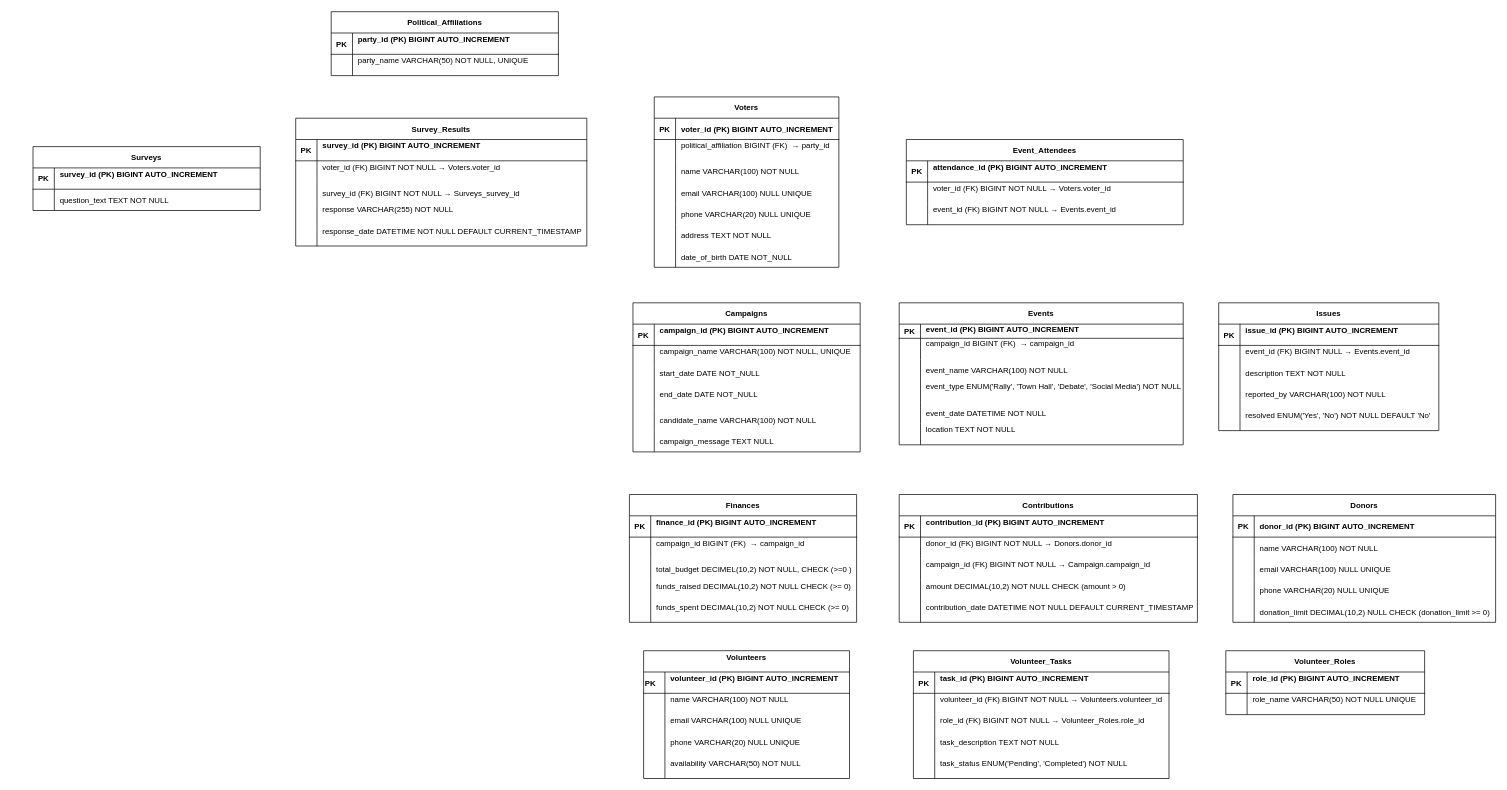
SergejusSG/git-demo1 keeps this draw.io diagram as Untitled Diagram.drawio. Above is the earlier version. Source tidied: cells renumbered, new cells numbered last; positions are measured from the earlier drawing's top-left corner, leaving out a move shared by most shapes. Both pictures are drawn from the tidied source at 71%, with x=0, y=0 at pixel (33, 11).
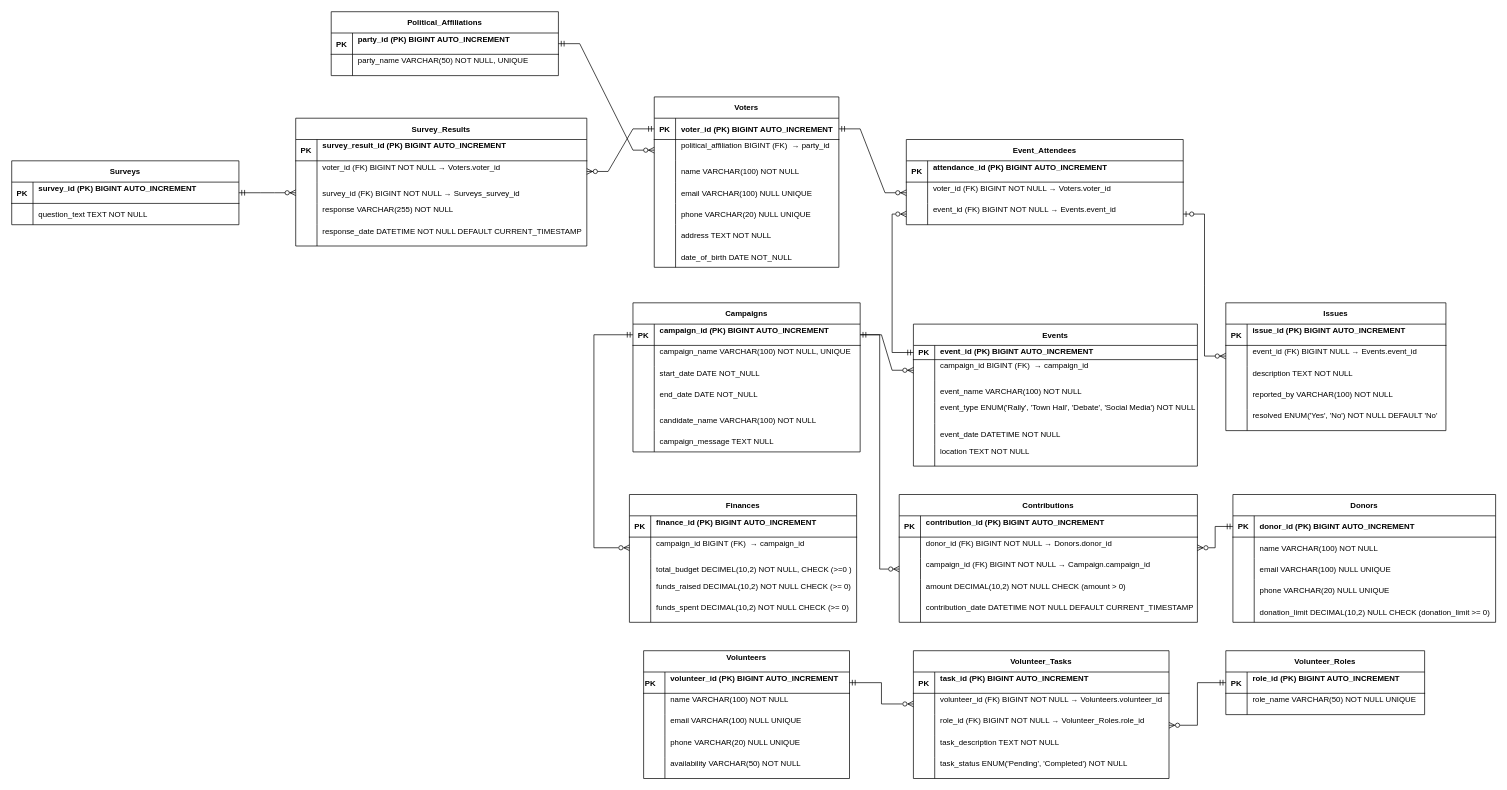
The same page after the edit.

The change refers to these unchanged cells:
```xml
<mxCell id="3" style="shape=partialRectangle;fillColor=none;points=[[0,0.5],[1,0.5]];portConstraint=eastwest;top=0;left=0;right=0;bottom=1;fontSize=11;" parent="2" vertex="1">
  <mxGeometry y="30" width="260" height="30" as="geometry" />
</mxCell>
<mxCell id="6" style="shape=partialRectangle;fillColor=none;points=[[0,0.5],[1,0.5]];portConstraint=eastwest;top=0;left=0;right=0;bottom=0;fontSize=11;" parent="2" vertex="1">
  <mxGeometry y="60" width="260" height="30" as="geometry" />
</mxCell>
<mxCell id="25" style="shape=partialRectangle;fillColor=none;points=[[0,0.5],[1,0.5]];portConstraint=eastwest;top=0;left=0;right=0;bottom=1;fontSize=11;" parent="24" vertex="1">
  <mxGeometry y="30" width="370" height="30" as="geometry" />
</mxCell>
<mxCell id="44" style="shape=partialRectangle;fillColor=none;points=[[0,0.5],[1,0.5]];portConstraint=eastwest;top=0;left=0;right=0;bottom=0;fontSize=11;" parent="40" vertex="1">
  <mxGeometry y="60" width="420" height="30" as="geometry" />
</mxCell>
<mxCell id="47" style="shape=partialRectangle;fillColor=none;points=[[0,0.5],[1,0.5]];portConstraint=eastwest;top=0;left=0;right=0;bottom=0;fontSize=11;" parent="40" vertex="1">
  <mxGeometry y="90" width="420" height="30" as="geometry" />
</mxCell>
<mxCell id="57" style="shape=partialRectangle;fillColor=none;points=[[0,0.5],[1,0.5]];portConstraint=eastwest;top=0;left=0;right=0;bottom=1;fontSize=11;align=left;" parent="56" vertex="1">
  <mxGeometry y="30" width="290" height="30" as="geometry" />
</mxCell>
<mxCell id="73" style="shape=partialRectangle;fillColor=none;points=[[0,0.5],[1,0.5]];portConstraint=eastwest;top=0;left=0;right=0;bottom=1;fontSize=11;" parent="72" vertex="1">
  <mxGeometry y="30" width="280" height="30" as="geometry" />
</mxCell>
<mxCell id="83" style="shape=partialRectangle;fillColor=none;points=[[0,0.5],[1,0.5]];portConstraint=eastwest;top=0;left=0;right=0;bottom=0;fontSize=11;" parent="79" vertex="1">
  <mxGeometry y="60" width="320" height="30" as="geometry" />
</mxCell>
<mxCell id="99" style="shape=partialRectangle;fillColor=none;points=[[0,0.5],[1,0.5]];portConstraint=eastwest;top=0;left=0;right=0;bottom=0;fontSize=11;" parent="95" vertex="1">
  <mxGeometry y="60" width="310" height="30" as="geometry" />
</mxCell>
<mxCell id="112" style="shape=partialRectangle;fillColor=none;top=0;left=0;right=0;bottom=1;fontSize=11;" parent="111" vertex="1">
  <mxGeometry y="30" width="410" height="30" as="geometry" />
</mxCell>
<mxCell id="115" style="shape=partialRectangle;fillColor=none;points=[[0,0.5],[1,0.5]];portConstraint=eastwest;top=0;left=0;right=0;bottom=0;fontSize=11;" parent="111" vertex="1">
  <mxGeometry y="60" width="410" height="30" as="geometry" />
</mxCell>
<mxCell id="118" style="shape=partialRectangle;fillColor=none;points=[[0,0.5],[1,0.5]];portConstraint=eastwest;top=0;left=0;right=0;bottom=0;fontSize=11;" parent="111" vertex="1">
  <mxGeometry y="90" width="410" height="30" as="geometry" />
</mxCell>
<mxCell id="128" style="shape=partialRectangle;fillColor=none;points=[[0,0.5],[1,0.5]];portConstraint=eastwest;top=0;left=0;right=0;bottom=1;fontSize=11;" parent="127" vertex="1">
  <mxGeometry y="30" width="400" height="20" as="geometry" />
</mxCell>
<mxCell id="131" style="shape=partialRectangle;fillColor=none;points=[[0,0.5],[1,0.5]];portConstraint=eastwest;top=0;left=0;right=0;bottom=0;fontSize=11;" parent="127" vertex="1">
  <mxGeometry y="50" width="400" height="30" as="geometry" />
</mxCell>
<mxCell id="150" style="shape=partialRectangle;fillColor=none;points=[[0,0.5],[1,0.5]];portConstraint=eastwest;top=0;left=0;right=0;bottom=0;fontSize=11;" parent="146" vertex="1">
  <mxGeometry y="60" width="390" height="30" as="geometry" />
</mxCell>
<mxCell id="153" style="shape=partialRectangle;fillColor=none;points=[[0,0.5],[1,0.5]];portConstraint=eastwest;top=0;left=0;right=0;bottom=0;fontSize=11;" parent="146" vertex="1">
  <mxGeometry y="90" width="390" height="30" as="geometry" />
</mxCell>
<mxCell id="160" style="shape=partialRectangle;fillColor=none;points=[[0,0.5],[1,0.5]];portConstraint=eastwest;top=0;left=0;right=0;bottom=0;fontSize=11;" parent="156" vertex="1">
  <mxGeometry y="60" width="360" height="30" as="geometry" />
</mxCell>
<mxCell id="163" style="shape=partialRectangle;fillColor=none;points=[[0,0.5],[1,0.5]];portConstraint=eastwest;top=0;left=0;right=0;bottom=0;fontSize=11;" parent="156" vertex="1">
  <mxGeometry y="90" width="360" height="30" as="geometry" />
</mxCell>
<mxCell id="173" style="shape=partialRectangle;fillColor=none;points=[[0,0.5],[1,0.5]];portConstraint=eastwest;top=0;left=0;right=0;bottom=1;fontSize=11;" parent="172" vertex="1">
  <mxGeometry y="30" width="320" height="30" as="geometry" />
</mxCell>
<mxCell id="192" style="shape=partialRectangle;fillColor=none;points=[[0,0.5],[1,0.5]];portConstraint=eastwest;top=0;left=0;right=0;bottom=1;fontSize=11;" parent="191" vertex="1">
  <mxGeometry y="30" width="320" height="30" as="geometry" />
</mxCell>
<mxCell id="199" style="shape=partialRectangle;fillColor=none;points=[[0,0.5],[1,0.5]];portConstraint=eastwest;top=0;left=0;right=0;bottom=1;fontSize=11;" parent="198" vertex="1">
  <mxGeometry y="30" width="320" height="30" as="geometry" />
</mxCell>
```

Change to the diagram source:
```diff
@@
     <mxCell id="95" value="Issues" style="shape=table;startSize=30;childLayout=tableLayout;rowLines=0;fontStyle=1;align=center;fontSize=11;" parent="1" vertex="1">
-      <mxGeometry x="1670" y="410" width="310" height="180" as="geometry" />
+      <mxGeometry x="1680" y="410" width="310" height="180" as="geometry" />
     </mxCell>
@@
-    <mxCell id="114" value="survey_id (PK) BIGINT AUTO_INCREMENT&#10;" style="shape=partialRectangle;overflow=hidden;fillColor=none;top=0;left=0;bottom=0;right=0;align=left;spacingLeft=6;fontStyle=1;fontSize=11;" parent="112" vertex="1">
+    <mxCell id="114" value="survey_result_id (PK) BIGINT AUTO_INCREMENT&#10;" style="shape=partialRectangle;overflow=hidden;fillColor=none;top=0;left=0;bottom=0;right=0;align=left;spacingLeft=6;fontStyle=1;fontSize=11;" parent="112" vertex="1">
       <mxGeometry x="30" width="380" height="30" as="geometry" />
     </mxCell>
@@
     <mxCell id="127" value="Events" style="shape=table;startSize=30;childLayout=tableLayout;rowLines=0;fontStyle=1;align=center;fontSize=11;" parent="1" vertex="1">
-      <mxGeometry x="1220" y="410" width="400" height="200" as="geometry" />
+      <mxGeometry x="1240" y="440" width="400" height="200" as="geometry" />
     </mxCell>
@@
     <mxCell id="198" value="Surveys" style="shape=table;startSize=30;childLayout=tableLayout;rowLines=0;fontStyle=1;align=center;fontSize=11;" parent="1" vertex="1">
-      <mxGeometry y="190" width="320" height="90" as="geometry" />
+      <mxGeometry x="-30" y="210" width="320" height="90" as="geometry" />
     </mxCell>
@@
+    <mxCell id="205" style="edgeStyle=entityRelationEdgeStyle;fontSize=12;html=1;endArrow=ERzeroToMany;startArrow=ERmandOne;rounded=0;exitX=1;exitY=0.5;exitDx=0;exitDy=0;entryX=0;entryY=0.5;entryDx=0;entryDy=0;" parent="1" edge="1" source="192" target="6">
+      <mxGeometry relative="1" as="geometry" />
+    </mxCell>
+    <mxCell id="206" style="edgeStyle=entityRelationEdgeStyle;fontSize=12;html=1;endArrow=ERzeroToMany;startArrow=ERmandOne;rounded=0;exitX=1;exitY=0.5;exitDx=0;exitDy=0;entryX=0;entryY=0.5;entryDx=0;entryDy=0;" parent="1" edge="1" source="199" target="118">
+      <mxGeometry relative="1" as="geometry">
+        <Array as="points">
+          <mxPoint x="340" y="240" />
+          <mxPoint x="340" y="240" />
+          <mxPoint x="330" y="250" />
+        </Array>
+      </mxGeometry>
+    </mxCell>
+    <mxCell id="207" style="edgeStyle=entityRelationEdgeStyle;fontSize=12;html=1;endArrow=ERzeroToMany;startArrow=ERmandOne;rounded=0;exitX=0;exitY=0.5;exitDx=0;exitDy=0;entryX=1;entryY=0.5;entryDx=0;entryDy=0;" parent="1" edge="1" source="3" target="115">
+      <mxGeometry relative="1" as="geometry">
+        <Array as="points">
+          <mxPoint x="830" y="200" />
+        </Array>
+      </mxGeometry>
+    </mxCell>
+    <mxCell id="208" style="edgeStyle=entityRelationEdgeStyle;fontSize=12;html=1;endArrow=ERzeroToMany;startArrow=ERmandOne;rounded=0;exitX=1;exitY=0.5;exitDx=0;exitDy=0;entryX=0;entryY=0.5;entryDx=0;entryDy=0;" parent="1" edge="1" source="3" target="150">
+      <mxGeometry relative="1" as="geometry" />
+    </mxCell>
+    <mxCell id="209" style="edgeStyle=entityRelationEdgeStyle;fontSize=12;html=1;endArrow=ERzeroToMany;startArrow=ERzeroToOne;rounded=0;exitX=1;exitY=0.5;exitDx=0;exitDy=0;entryX=0;entryY=0.5;entryDx=0;entryDy=0;" parent="1" edge="1" source="153" target="99">
+      <mxGeometry relative="1" as="geometry" />
+    </mxCell>
+    <mxCell id="210" style="edgeStyle=orthogonalEdgeStyle;rounded=0;jettySize=auto;html=1;exitX=0;exitY=0.5;exitDx=0;exitDy=0;entryX=0;entryY=0.5;entryDx=0;entryDy=0;endArrow=ERzeroToMany;endFill=0;startArrow=ERmandOne;startFill=0;" parent="1" edge="1" source="128" target="153">
+      <mxGeometry relative="1" as="geometry" />
+    </mxCell>
+    <mxCell id="211" style="edgeStyle=entityRelationEdgeStyle;fontSize=12;html=1;endArrow=ERzeroToMany;startArrow=ERmandOne;rounded=0;exitX=1;exitY=0.5;exitDx=0;exitDy=0;entryX=0;entryY=0.5;entryDx=0;entryDy=0;" parent="1" edge="1" source="173" target="131">
+      <mxGeometry relative="1" as="geometry" />
+    </mxCell>
+    <mxCell id="212" style="edgeStyle=orthogonalEdgeStyle;rounded=0;jettySize=auto;html=1;entryX=0;entryY=0.5;entryDx=0;entryDy=0;endArrow=ERmandOne;endFill=0;startArrow=ERzeroToMany;startFill=0;" parent="1" edge="1" source="83" target="173">
+      <mxGeometry relative="1" as="geometry">
+        <Array as="points">
+          <mxPoint x="790" y="755" />
+          <mxPoint x="790" y="455" />
+        </Array>
+      </mxGeometry>
+    </mxCell>
+    <mxCell id="213" style="edgeStyle=orthogonalEdgeStyle;rounded=0;jettySize=auto;html=1;exitX=1;exitY=0.5;exitDx=0;exitDy=0;entryX=0;entryY=0.5;entryDx=0;entryDy=0;endArrow=ERzeroToMany;endFill=0;" parent="1" edge="1" source="173" target="47">
+      <mxGeometry relative="1" as="geometry" />
+    </mxCell>
+    <mxCell id="214" style="edgeStyle=orthogonalEdgeStyle;rounded=0;jettySize=auto;html=1;exitX=0;exitY=0.5;exitDx=0;exitDy=0;entryX=1;entryY=0.5;entryDx=0;entryDy=0;endArrow=ERzeroToMany;endFill=0;startArrow=ERmandOne;startFill=0;" parent="1" edge="1" source="25" target="44">
+      <mxGeometry relative="1" as="geometry" />
+    </mxCell>
+    <mxCell id="215" style="edgeStyle=orthogonalEdgeStyle;rounded=0;jettySize=auto;html=1;exitX=1;exitY=0.5;exitDx=0;exitDy=0;entryX=0;entryY=0.5;entryDx=0;entryDy=0;endArrow=ERzeroToMany;endFill=0;startArrow=ERmandOne;startFill=0;" parent="1" edge="1" source="57" target="160">
+      <mxGeometry relative="1" as="geometry" />
+    </mxCell>
+    <mxCell id="216" style="edgeStyle=orthogonalEdgeStyle;rounded=0;jettySize=auto;html=1;exitX=0;exitY=0.5;exitDx=0;exitDy=0;entryX=1;entryY=0.5;entryDx=0;entryDy=0;endArrow=ERzeroToMany;endFill=0;startArrow=ERmandOne;startFill=0;" parent="1" edge="1" source="73" target="163">
+      <mxGeometry relative="1" as="geometry" />
+    </mxCell>
```
